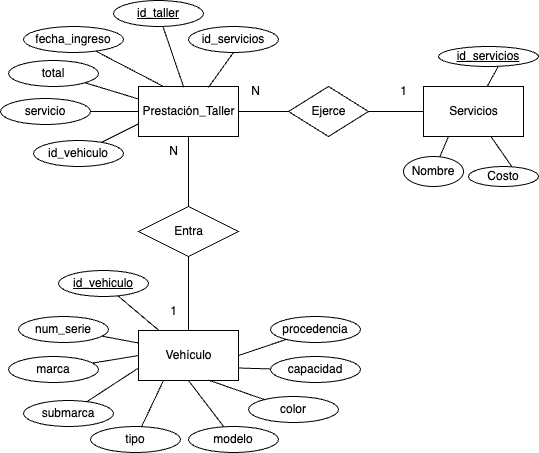
DavidTrevinoG/wp-2024 keeps this draw.io diagram as php/p2-universidad/diagrama.png. Above is the earlier version. Source tidied: cells renumbered, new cells last; positions are measured from the earlier drawing's top-left corner, leaving out a move shared by most shapes. The source it was exported from:
```xml
<mxGraphModel>
  <root>
    <mxCell id="0" />
    <mxCell id="1" parent="0" />
    <mxCell id="2" value="Vehículo" style="html=1;dashed=0;whitespace=wrap;" parent="1" vertex="1">
      <mxGeometry x="138" y="330" width="100" height="50" as="geometry" />
    </mxCell>
    <mxCell id="3" style="edgeStyle=none;html=1;endArrow=none;endFill=0;" parent="1" edge="1" source="4" target="2">
      <mxGeometry relative="1" as="geometry" />
    </mxCell>
    <mxCell id="4" value="Entra" style="shape=rhombus;html=1;dashed=0;whitespace=wrap;perimeter=rhombusPerimeter;" parent="1" vertex="1">
      <mxGeometry x="138" y="206" width="100" height="50" as="geometry" />
    </mxCell>
    <mxCell id="5" value="Servicios" style="html=1;dashed=0;whitespace=wrap;" parent="1" vertex="1">
      <mxGeometry x="423" y="86" width="100" height="50" as="geometry" />
    </mxCell>
    <mxCell id="6" style="edgeStyle=none;html=1;endArrow=none;endFill=0;" parent="1" edge="1" source="8" target="10">
      <mxGeometry relative="1" as="geometry" />
    </mxCell>
    <mxCell id="7" style="edgeStyle=none;html=1;endArrow=none;endFill=0;" parent="1" edge="1" source="8" target="4">
      <mxGeometry relative="1" as="geometry" />
    </mxCell>
    <mxCell id="8" value="Prestación_Taller" style="html=1;dashed=0;whitespace=wrap;" parent="1" vertex="1">
      <mxGeometry x="138" y="86" width="100" height="50" as="geometry" />
    </mxCell>
    <mxCell id="9" style="edgeStyle=none;html=1;endArrow=none;endFill=0;" parent="1" edge="1" source="10" target="5">
      <mxGeometry relative="1" as="geometry" />
    </mxCell>
    <mxCell id="10" value="Ejerce" style="shape=rhombus;html=1;dashed=0;whitespace=wrap;perimeter=rhombusPerimeter;" parent="1" vertex="1">
      <mxGeometry x="288" y="86" width="80" height="50" as="geometry" />
    </mxCell>
    <mxCell id="11" value="N" style="text;html=1;align=center;verticalAlign=middle;strokeColor=none;fillColor=none;" parent="1" vertex="1">
      <mxGeometry x="240" y="76" width="30" height="30" as="geometry" />
    </mxCell>
    <mxCell id="12" value="1" style="text;html=1;align=center;verticalAlign=middle;strokeColor=none;fillColor=none;" parent="1" vertex="1">
      <mxGeometry x="388" y="76" width="30" height="30" as="geometry" />
    </mxCell>
    <mxCell id="13" value="N" style="text;html=1;align=center;verticalAlign=middle;strokeColor=none;fillColor=none;" parent="1" vertex="1">
      <mxGeometry x="158" y="136" width="30" height="30" as="geometry" />
    </mxCell>
    <mxCell id="14" value="1" style="text;html=1;align=center;verticalAlign=middle;strokeColor=none;fillColor=none;" parent="1" vertex="1">
      <mxGeometry x="158" y="296" width="30" height="30" as="geometry" />
    </mxCell>
    <mxCell id="15" style="edgeStyle=none;html=1;endArrow=none;endFill=0;" parent="1" edge="1" target="5">
      <mxGeometry relative="1" as="geometry">
        <mxPoint x="497.7" y="65.9" as="sourcePoint" />
      </mxGeometry>
    </mxCell>
    <mxCell id="16" value="id_servicios" style="ellipse;whiteSpace=wrap;html=1;fontStyle=4;" parent="1" vertex="1">
      <mxGeometry x="438" y="46" width="100" height="20" as="geometry" />
    </mxCell>
    <mxCell id="17" style="edgeStyle=none;html=1;entryX=0.25;entryY=1;entryDx=0;entryDy=0;endArrow=none;endFill=0;" parent="1" edge="1" source="18" target="5">
      <mxGeometry relative="1" as="geometry" />
    </mxCell>
    <mxCell id="18" value="Nombre" style="ellipse;whiteSpace=wrap;html=1;" parent="1" vertex="1">
      <mxGeometry x="403" y="156" width="60" height="30" as="geometry" />
    </mxCell>
    <mxCell id="19" style="edgeStyle=none;html=1;endArrow=none;endFill=0;" parent="1" edge="1" target="5">
      <mxGeometry relative="1" as="geometry">
        <mxPoint x="511.4" y="166.2" as="sourcePoint" />
      </mxGeometry>
    </mxCell>
    <mxCell id="20" value="Costo" style="ellipse;whiteSpace=wrap;html=1;" parent="1" vertex="1">
      <mxGeometry x="468" y="166" width="70" height="20" as="geometry" />
    </mxCell>
    <mxCell id="21" style="edgeStyle=none;html=1;endArrow=none;endFill=0;" parent="1" edge="1" source="22" target="2">
      <mxGeometry relative="1" as="geometry" />
    </mxCell>
    <mxCell id="22" value="id_vehiculo" style="ellipse;whiteSpace=wrap;html=1;fontStyle=4;" parent="1" vertex="1">
      <mxGeometry x="58" y="270" width="90" height="26" as="geometry" />
    </mxCell>
    <mxCell id="23" style="edgeStyle=none;html=1;entryX=0.25;entryY=1;entryDx=0;entryDy=0;endArrow=none;endFill=0;" parent="1" edge="1" source="24" target="2">
      <mxGeometry relative="1" as="geometry" />
    </mxCell>
    <mxCell id="24" value="tipo" style="ellipse;whiteSpace=wrap;html=1;" parent="1" vertex="1">
      <mxGeometry x="90" y="426" width="90" height="26" as="geometry" />
    </mxCell>
    <mxCell id="25" style="edgeStyle=none;html=1;entryX=0;entryY=0.5;entryDx=0;entryDy=0;endArrow=none;endFill=0;" parent="1" edge="1" source="26" target="2">
      <mxGeometry relative="1" as="geometry" />
    </mxCell>
    <mxCell id="26" value="marca" style="ellipse;whiteSpace=wrap;html=1;" parent="1" vertex="1">
      <mxGeometry x="8" y="356" width="90" height="26" as="geometry" />
    </mxCell>
    <mxCell id="27" style="edgeStyle=none;html=1;entryX=0;entryY=0.75;entryDx=0;entryDy=0;endArrow=none;endFill=0;" parent="1" edge="1" source="28" target="2">
      <mxGeometry relative="1" as="geometry" />
    </mxCell>
    <mxCell id="28" value="submarca" style="ellipse;whiteSpace=wrap;html=1;" parent="1" vertex="1">
      <mxGeometry x="23" y="400" width="90" height="26" as="geometry" />
    </mxCell>
    <mxCell id="29" style="edgeStyle=none;html=1;entryX=0;entryY=0.25;entryDx=0;entryDy=0;endArrow=none;endFill=0;" parent="1" edge="1" source="30" target="2">
      <mxGeometry relative="1" as="geometry" />
    </mxCell>
    <mxCell id="30" value="num_serie" style="ellipse;whiteSpace=wrap;html=1;" parent="1" vertex="1">
      <mxGeometry x="18" y="316" width="90" height="26" as="geometry" />
    </mxCell>
    <mxCell id="31" style="edgeStyle=none;html=1;entryX=0.5;entryY=1;entryDx=0;entryDy=0;endArrow=none;endFill=0;" parent="1" edge="1" source="32" target="2">
      <mxGeometry relative="1" as="geometry" />
    </mxCell>
    <mxCell id="32" value="modelo" style="ellipse;whiteSpace=wrap;html=1;" parent="1" vertex="1">
      <mxGeometry x="188" y="426" width="90" height="26" as="geometry" />
    </mxCell>
    <mxCell id="33" style="edgeStyle=none;html=1;entryX=0.7;entryY=0.992;entryDx=0;entryDy=0;entryPerimeter=0;endArrow=none;endFill=0;" parent="1" edge="1" source="34" target="2">
      <mxGeometry relative="1" as="geometry" />
    </mxCell>
    <mxCell id="34" value="color" style="ellipse;whiteSpace=wrap;html=1;" parent="1" vertex="1">
      <mxGeometry x="248" y="396" width="90" height="26" as="geometry" />
    </mxCell>
    <mxCell id="35" style="edgeStyle=none;html=1;entryX=1;entryY=0.75;entryDx=0;entryDy=0;endArrow=none;endFill=0;" parent="1" edge="1" source="36" target="2">
      <mxGeometry relative="1" as="geometry" />
    </mxCell>
    <mxCell id="36" value="capacidad" style="ellipse;whiteSpace=wrap;html=1;" parent="1" vertex="1">
      <mxGeometry x="270" y="356" width="90" height="26" as="geometry" />
    </mxCell>
    <mxCell id="37" style="edgeStyle=none;html=1;entryX=1;entryY=0.5;entryDx=0;entryDy=0;endArrow=none;endFill=0;" parent="1" edge="1" source="38" target="2">
      <mxGeometry relative="1" as="geometry" />
    </mxCell>
    <mxCell id="38" value="procedencia" style="ellipse;whiteSpace=wrap;html=1;" parent="1" vertex="1">
      <mxGeometry x="270" y="316" width="90" height="26" as="geometry" />
    </mxCell>
    <mxCell id="39" style="edgeStyle=none;html=1;entryX=0.452;entryY=0.016;entryDx=0;entryDy=0;entryPerimeter=0;endArrow=none;endFill=0;" parent="1" edge="1" source="40" target="8">
      <mxGeometry relative="1" as="geometry" />
    </mxCell>
    <mxCell id="40" value="id_taller" style="ellipse;whiteSpace=wrap;html=1;fontStyle=4;" parent="1" vertex="1">
      <mxGeometry x="113" width="90" height="26" as="geometry" />
    </mxCell>
    <mxCell id="41" style="edgeStyle=none;html=1;entryX=0.25;entryY=0;entryDx=0;entryDy=0;endArrow=none;endFill=0;" parent="1" edge="1" source="42" target="8">
      <mxGeometry relative="1" as="geometry" />
    </mxCell>
    <mxCell id="42" value="fecha_ingreso" style="ellipse;whiteSpace=wrap;html=1;" parent="1" vertex="1">
      <mxGeometry x="23" y="26" width="100" height="26" as="geometry" />
    </mxCell>
    <mxCell id="43" style="edgeStyle=none;html=1;entryX=0;entryY=0.5;entryDx=0;entryDy=0;endArrow=none;endFill=0;" parent="1" edge="1" source="44" target="8">
      <mxGeometry relative="1" as="geometry" />
    </mxCell>
    <mxCell id="44" value="servicio" style="ellipse;whiteSpace=wrap;html=1;" parent="1" vertex="1">
      <mxGeometry y="98" width="90" height="26" as="geometry" />
    </mxCell>
    <mxCell id="45" style="edgeStyle=none;html=1;entryX=0;entryY=0.25;entryDx=0;entryDy=0;endArrow=none;endFill=0;" parent="1" edge="1" source="46" target="8">
      <mxGeometry relative="1" as="geometry" />
    </mxCell>
    <mxCell id="46" value="total" style="ellipse;whiteSpace=wrap;html=1;" parent="1" vertex="1">
      <mxGeometry x="8" y="60" width="90" height="26" as="geometry" />
    </mxCell>
    <mxCell id="47" style="edgeStyle=none;html=1;exitX=0.5;exitY=1;exitDx=0;exitDy=0;entryX=0.7;entryY=0.016;entryDx=0;entryDy=0;entryPerimeter=0;endArrow=none;endFill=0;" parent="1" edge="1" source="48" target="8">
      <mxGeometry relative="1" as="geometry" />
    </mxCell>
    <mxCell id="48" value="id_servicios" style="ellipse;whiteSpace=wrap;html=1;" parent="1" vertex="1">
      <mxGeometry x="188" y="26" width="90" height="26" as="geometry" />
    </mxCell>
    <mxCell id="49" style="edgeStyle=none;html=1;entryX=0;entryY=0.75;entryDx=0;entryDy=0;endArrow=none;endFill=0;" parent="1" edge="1" source="50" target="8">
      <mxGeometry relative="1" as="geometry" />
    </mxCell>
    <mxCell id="50" value="id_vehiculo" style="ellipse;whiteSpace=wrap;html=1;" parent="1" vertex="1">
      <mxGeometry x="33" y="140" width="90" height="26" as="geometry" />
    </mxCell>
  </root>
</mxGraphModel>
```
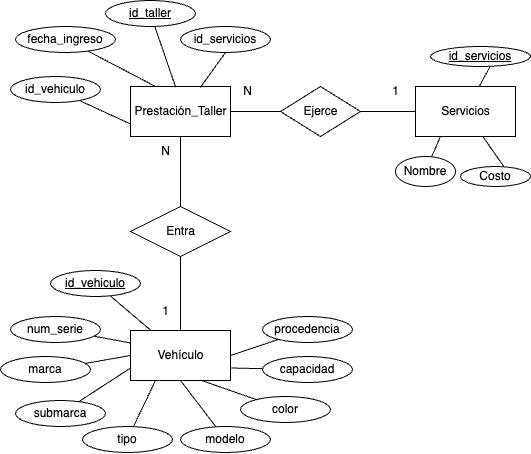
The same file after the commit.

Commit message:
Agregar Diagrama

Diff of the diagram source:
```diff
@@ -129,18 +129,6 @@
     <mxCell id="42" value="fecha_ingreso" style="ellipse;whiteSpace=wrap;html=1;" parent="1" vertex="1">
       <mxGeometry x="23" y="26" width="100" height="26" as="geometry" />
     </mxCell>
-    <mxCell id="43" style="edgeStyle=none;html=1;entryX=0;entryY=0.5;entryDx=0;entryDy=0;endArrow=none;endFill=0;" parent="1" edge="1" source="44" target="8">
-      <mxGeometry relative="1" as="geometry" />
-    </mxCell>
-    <mxCell id="44" value="servicio" style="ellipse;whiteSpace=wrap;html=1;" parent="1" vertex="1">
-      <mxGeometry y="98" width="90" height="26" as="geometry" />
-    </mxCell>
-    <mxCell id="45" style="edgeStyle=none;html=1;entryX=0;entryY=0.25;entryDx=0;entryDy=0;endArrow=none;endFill=0;" parent="1" edge="1" source="46" target="8">
-      <mxGeometry relative="1" as="geometry" />
-    </mxCell>
-    <mxCell id="46" value="total" style="ellipse;whiteSpace=wrap;html=1;" parent="1" vertex="1">
-      <mxGeometry x="8" y="60" width="90" height="26" as="geometry" />
-    </mxCell>
     <mxCell id="47" style="edgeStyle=none;html=1;exitX=0.5;exitY=1;exitDx=0;exitDy=0;entryX=0.7;entryY=0.016;entryDx=0;entryDy=0;entryPerimeter=0;endArrow=none;endFill=0;" parent="1" edge="1" source="48" target="8">
       <mxGeometry relative="1" as="geometry" />
     </mxCell>
@@ -151,7 +139,7 @@
       <mxGeometry relative="1" as="geometry" />
     </mxCell>
     <mxCell id="50" value="id_vehiculo" style="ellipse;whiteSpace=wrap;html=1;" parent="1" vertex="1">
-      <mxGeometry x="33" y="140" width="90" height="26" as="geometry" />
+      <mxGeometry x="18" y="76" width="90" height="26" as="geometry" />
     </mxCell>
   </root>
 </mxGraphModel>
```
